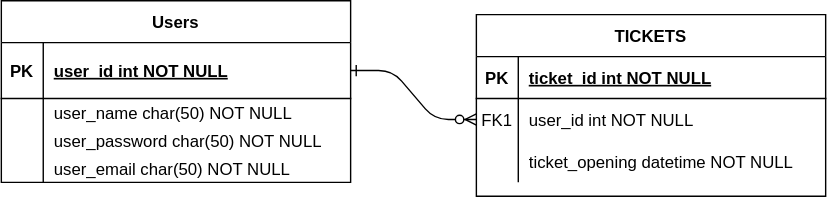
This is DER/Qhelp-DER.drawio.svg from luan-ferreir4/Qhelp-DER, a draw.io export, as it was before one commit. Source tidied: cells renumbered, new cells last; positions are measured from the earlier drawing's top-left corner, leaving out a move shared by most shapes.
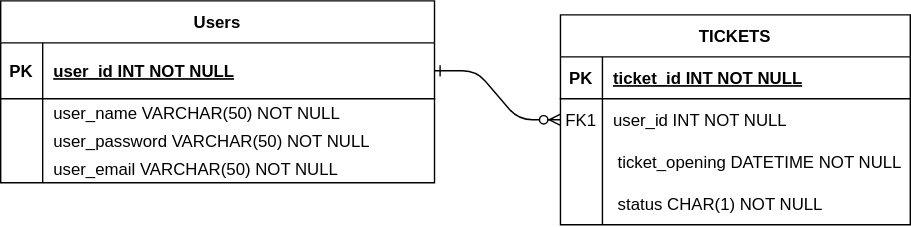
Above is the later version.

Change to the diagram source:
```diff
@@ -6,7 +6,7 @@
       <mxGeometry relative="1" as="geometry" />
     </mxCell>
     <mxCell id="3" value="TICKETS" style="shape=table;startSize=30;rowLines=0;fontStyle=1;align=center;" parent="1" vertex="1">
-      <mxGeometry x="340" y="10" width="250" height="130" as="geometry" />
+      <mxGeometry x="340" y="10" width="250" height="150" as="geometry" />
     </mxCell>
     <mxCell id="4" style="shape=partialRectangle;fillColor=none;top=0;left=0;right=0;bottom=1;" parent="3" vertex="1">
       <mxGeometry y="30" width="250" height="30" as="geometry" />
@@ -14,7 +14,7 @@
     <mxCell id="5" value="PK" style="shape=partialRectangle;overflow=hidden;fillColor=none;top=0;left=0;bottom=0;right=0;fontStyle=1;" parent="4" vertex="1">
       <mxGeometry width="30" height="30" as="geometry" />
     </mxCell>
-    <mxCell id="6" value="ticket_id int NOT NULL " style="shape=partialRectangle;overflow=hidden;fillColor=none;top=0;left=0;bottom=0;right=0;align=left;spacingLeft=6;fontStyle=5;" parent="4" vertex="1">
+    <mxCell id="6" value="ticket_id INT NOT NULL " style="shape=partialRectangle;overflow=hidden;fillColor=none;top=0;left=0;bottom=0;right=0;align=left;spacingLeft=6;fontStyle=5;" parent="4" vertex="1">
       <mxGeometry x="30" width="220" height="30" as="geometry" />
     </mxCell>
     <mxCell id="7" style="shape=partialRectangle;fillColor=none;points=[[0,0.5],[1,0.5]];portConstraint=eastwest;top=0;left=0;right=0;bottom=0;" parent="3" vertex="1">
@@ -23,56 +23,65 @@
     <mxCell id="8" value="FK1" style="shape=partialRectangle;overflow=hidden;fillColor=none;top=0;left=0;bottom=0;right=0;" parent="7" vertex="1">
       <mxGeometry width="30" height="30" as="geometry" />
     </mxCell>
-    <mxCell id="9" value="user_id int NOT NULL" style="shape=partialRectangle;overflow=hidden;fillColor=none;top=0;left=0;bottom=0;right=0;align=left;spacingLeft=6;" parent="7" vertex="1">
+    <mxCell id="9" value="user_id INT NOT NULL" style="shape=partialRectangle;overflow=hidden;fillColor=none;top=0;left=0;bottom=0;right=0;align=left;spacingLeft=6;" parent="7" vertex="1">
       <mxGeometry x="30" width="220" height="30" as="geometry" />
     </mxCell>
     <mxCell id="10" style="shape=partialRectangle;fillColor=none;top=0;left=0;right=0;bottom=0;" parent="3" vertex="1">
       <mxGeometry y="90" width="250" height="30" as="geometry" />
     </mxCell>
-    <mxCell id="11" style="shape=partialRectangle;overflow=hidden;fillColor=none;top=0;left=0;bottom=0;right=0;" parent="10" vertex="1">
-      <mxGeometry width="30" height="30" as="geometry" />
-    </mxCell>
-    <mxCell id="12" value="ticket_opening datetime NOT NULL" style="shape=partialRectangle;overflow=hidden;fillColor=none;top=0;left=0;bottom=0;right=0;align=left;spacingLeft=6;" parent="10" vertex="1">
-      <mxGeometry x="30" width="220" height="30" as="geometry" />
-    </mxCell>
+    <mxCell id="26" style="shape=partialRectangle;overflow=hidden;fillColor=none;top=0;left=0;bottom=0;right=0;" parent="10" vertex="1">
+      <mxGeometry width="30" height="30" as="geometry" />
+    </mxCell>
+    <mxCell id="27" value=" ticket_opening DATETIME NOT NULL" style="shape=partialRectangle;overflow=hidden;fillColor=none;top=0;left=0;bottom=0;right=0;align=left;spacingLeft=6;" parent="10" vertex="1">
+      <mxGeometry x="30" width="220" height="30" as="geometry" />
+    </mxCell>
+    <mxCell id="28" style="shape=partialRectangle;fillColor=none;top=0;left=0;right=0;bottom=0;" parent="3" vertex="1">
+      <mxGeometry y="120" width="250" height="30" as="geometry" />
+    </mxCell>
+    <mxCell id="29" style="shape=partialRectangle;overflow=hidden;fillColor=none;top=0;left=0;bottom=0;right=0;" parent="28" vertex="1">
+      <mxGeometry width="30" height="30" as="geometry" />
+    </mxCell>
+    <mxCell id="30" value=" status CHAR(1) NOT NULL" style="shape=partialRectangle;overflow=hidden;fillColor=none;top=0;left=0;bottom=0;right=0;align=left;spacingLeft=6;" parent="28" vertex="1">
+      <mxGeometry x="30" width="220" height="30" as="geometry" />
+    </mxCell>
     <mxCell id="13" value="Users" style="shape=table;startSize=30;rowLines=0;fontStyle=1;align=center;" parent="1" vertex="1">
-      <mxGeometry width="250" height="130" as="geometry" />
+      <mxGeometry x="-60" width="310" height="130" as="geometry" />
     </mxCell>
     <mxCell id="14" style="shape=partialRectangle;fillColor=none;points=[[0,0.5],[1,0.5]];portConstraint=eastwest;top=0;left=0;right=0;bottom=1;" parent="13" vertex="1">
-      <mxGeometry y="30" width="250" height="40" as="geometry" />
+      <mxGeometry y="30" width="310" height="40" as="geometry" />
     </mxCell>
     <mxCell id="15" value="PK" style="shape=partialRectangle;overflow=hidden;fillColor=none;top=0;left=0;bottom=0;right=0;fontStyle=1;" parent="14" vertex="1">
       <mxGeometry width="30" height="40" as="geometry" />
     </mxCell>
-    <mxCell id="16" value="user_id int NOT NULL " style="shape=partialRectangle;overflow=hidden;fillColor=none;top=0;left=0;bottom=0;right=0;align=left;spacingLeft=6;fontStyle=5;" parent="14" vertex="1">
-      <mxGeometry x="30" width="220" height="40" as="geometry" />
+    <mxCell id="16" value="user_id INT NOT NULL " style="shape=partialRectangle;overflow=hidden;fillColor=none;top=0;left=0;bottom=0;right=0;align=left;spacingLeft=6;fontStyle=5;" parent="14" vertex="1">
+      <mxGeometry x="30" width="280" height="40" as="geometry" />
     </mxCell>
     <mxCell id="17" style="shape=partialRectangle;fillColor=none;top=0;left=0;right=0;bottom=0;" parent="13" vertex="1">
-      <mxGeometry y="70" width="250" height="20" as="geometry" />
+      <mxGeometry y="70" width="310" height="20" as="geometry" />
     </mxCell>
     <mxCell id="18" style="shape=partialRectangle;overflow=hidden;fillColor=none;top=0;left=0;bottom=0;right=0;" parent="17" vertex="1">
       <mxGeometry width="30" height="20" as="geometry" />
     </mxCell>
-    <mxCell id="19" value="user_name char(50) NOT NULL" style="shape=partialRectangle;overflow=hidden;fillColor=none;top=0;left=0;bottom=0;right=0;align=left;spacingLeft=6;" parent="17" vertex="1">
-      <mxGeometry x="30" width="220" height="20" as="geometry" />
+    <mxCell id="19" value="user_name VARCHAR(50) NOT NULL" style="shape=partialRectangle;overflow=hidden;fillColor=none;top=0;left=0;bottom=0;right=0;align=left;spacingLeft=6;" parent="17" vertex="1">
+      <mxGeometry x="30" width="280" height="20" as="geometry" />
     </mxCell>
     <mxCell id="20" style="shape=partialRectangle;fillColor=none;top=0;left=0;right=0;bottom=0;" parent="13" vertex="1">
-      <mxGeometry y="90" width="250" height="20" as="geometry" />
+      <mxGeometry y="90" width="310" height="20" as="geometry" />
     </mxCell>
     <mxCell id="21" style="shape=partialRectangle;overflow=hidden;fillColor=none;top=0;left=0;bottom=0;right=0;" parent="20" vertex="1">
       <mxGeometry width="30" height="20" as="geometry" />
     </mxCell>
-    <mxCell id="22" value="user_password char(50) NOT NULL" style="shape=partialRectangle;overflow=hidden;fillColor=none;top=0;left=0;bottom=0;right=0;align=left;spacingLeft=6;" parent="20" vertex="1">
-      <mxGeometry x="30" width="220" height="20" as="geometry" />
+    <mxCell id="22" value="user_password VARCHAR(50) NOT NULL" style="shape=partialRectangle;overflow=hidden;fillColor=none;top=0;left=0;bottom=0;right=0;align=left;spacingLeft=6;" parent="20" vertex="1">
+      <mxGeometry x="30" width="280" height="20" as="geometry" />
     </mxCell>
     <mxCell id="23" style="shape=partialRectangle;fillColor=none;top=0;left=0;right=0;bottom=0;" parent="13" vertex="1">
-      <mxGeometry y="110" width="250" height="20" as="geometry" />
+      <mxGeometry y="110" width="310" height="20" as="geometry" />
     </mxCell>
     <mxCell id="24" style="shape=partialRectangle;overflow=hidden;fillColor=none;top=0;left=0;bottom=0;right=0;" parent="23" vertex="1">
       <mxGeometry width="30" height="20" as="geometry" />
     </mxCell>
-    <mxCell id="25" value="user_email char(50) NOT NULL" style="shape=partialRectangle;overflow=hidden;fillColor=none;top=0;left=0;bottom=0;right=0;align=left;spacingLeft=6;" parent="23" vertex="1">
-      <mxGeometry x="30" width="220" height="20" as="geometry" />
+    <mxCell id="25" value="user_email VARCHAR(50) NOT NULL" style="shape=partialRectangle;overflow=hidden;fillColor=none;top=0;left=0;bottom=0;right=0;align=left;spacingLeft=6;" parent="23" vertex="1">
+      <mxGeometry x="30" width="280" height="20" as="geometry" />
     </mxCell>
   </root>
 </mxGraphModel>
```
